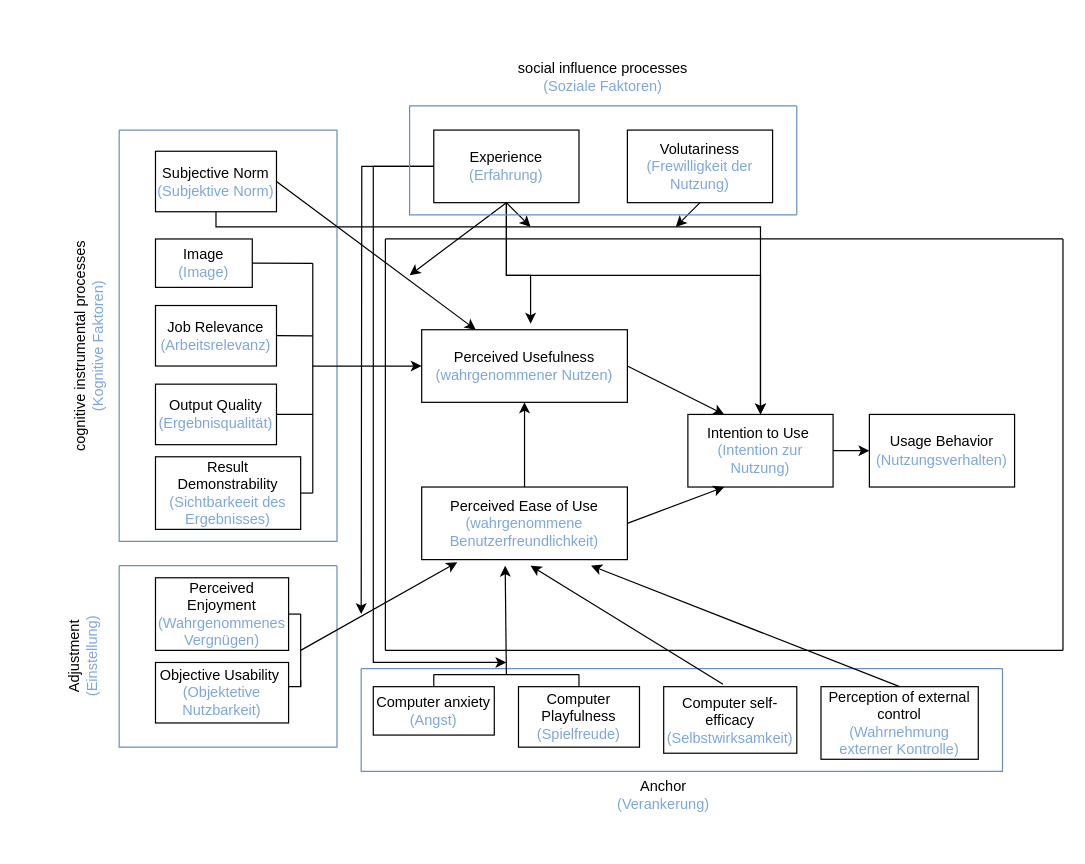
Earlier version of the draw.io diagram TAm3.drawio (Brouny09/Web_Programming). Source tidied: cells renumbered, new cells numbered last; positions are measured from the earlier drawing's top-left corner, leaving out a move shared by most shapes. Both pictures are drawn from the tidied source at 121%, with x=0, y=0 at pixel (-39, -34).
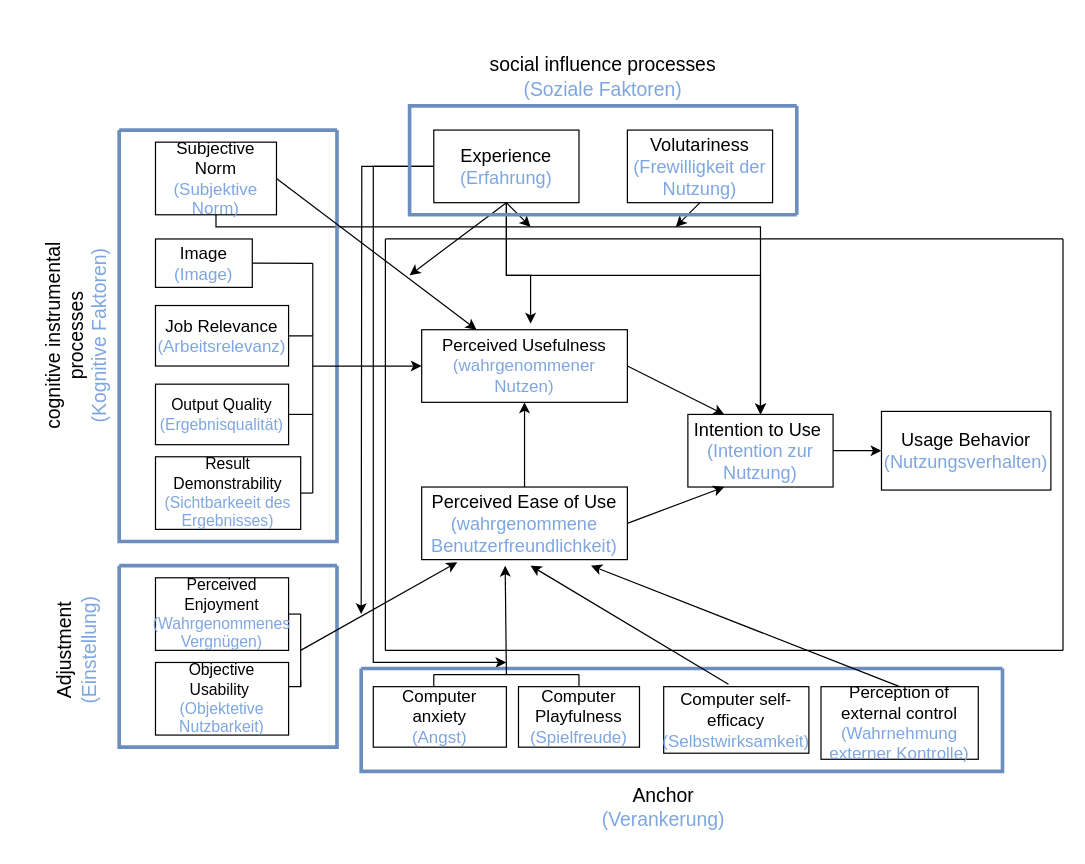
After the change.

What changed in the source:
```diff
@@
-    <mxCell id="2" value="&lt;div&gt;Perceived Usefulness&lt;/div&gt;&lt;div&gt;&lt;font color=&quot;#7ea6e0&quot;&gt;(wahrgenommener Nutzen)&lt;/font&gt;&lt;/div&gt;" style="rounded=0;whiteSpace=wrap;html=1;" parent="1" vertex="1">
+    <mxCell id="2" value="&lt;div&gt;&lt;font style=&quot;font-size: 14px;&quot;&gt;Perceived Usefulness&lt;/font&gt;&lt;/div&gt;&lt;div&gt;&lt;font style=&quot;font-size: 14px;&quot; color=&quot;#7ea6e0&quot;&gt;(wahrgenommener Nutzen)&lt;/font&gt;&lt;/div&gt;" style="rounded=0;whiteSpace=wrap;html=1;" parent="1" vertex="1">
       <mxGeometry x="380" y="300" width="170" height="60" as="geometry" />
     </mxCell>
@@
-    <mxCell id="4" value="&lt;div&gt;Perceived Ease of Use&lt;/div&gt;&lt;font color=&quot;#7ea6e0&quot;&gt;&lt;/font&gt;&lt;div&gt;&lt;span style=&quot;caret-color: rgb(126, 166, 224); color: rgb(126, 166, 224);&quot;&gt;(wahrgenommene Benutzerfreundlichkeit)&lt;/span&gt;&lt;br&gt;&lt;/div&gt;" style="rounded=0;whiteSpace=wrap;html=1;" parent="1" vertex="1">
+    <mxCell id="4" value="&lt;div&gt;&lt;font style=&quot;font-size: 15px;&quot;&gt;Perceived Ease of Use&lt;/font&gt;&lt;/div&gt;&lt;font style=&quot;font-size: 15px;&quot; color=&quot;#7ea6e0&quot;&gt;&lt;/font&gt;&lt;div&gt;&lt;span style=&quot;caret-color: rgb(126, 166, 224); color: rgb(126, 166, 224);&quot;&gt;&lt;font style=&quot;font-size: 15px;&quot;&gt;(wahrgenommene Benutzerfreundlichkeit)&lt;/font&gt;&lt;/span&gt;&lt;br&gt;&lt;/div&gt;" style="rounded=0;whiteSpace=wrap;html=1;" parent="1" vertex="1">
       <mxGeometry x="380" y="430" width="170" height="60" as="geometry" />
     </mxCell>
@@
-    <mxCell id="6" value="&lt;div&gt;Intention to Use&amp;nbsp;&lt;/div&gt;&lt;div&gt;&lt;span style=&quot;color: rgb(126, 166, 224);&quot;&gt;(Intention zur Nutzung)&lt;/span&gt;&lt;br&gt;&lt;/div&gt;" style="rounded=0;whiteSpace=wrap;html=1;" parent="1" vertex="1">
+    <mxCell id="6" value="&lt;div&gt;&lt;font style=&quot;font-size: 15px;&quot;&gt;Intention to Use&amp;nbsp;&lt;/font&gt;&lt;/div&gt;&lt;div&gt;&lt;span style=&quot;color: rgb(126, 166, 224);&quot;&gt;&lt;font style=&quot;font-size: 15px;&quot;&gt;(Intention zur Nutzung)&lt;/font&gt;&lt;/span&gt;&lt;br&gt;&lt;/div&gt;" style="rounded=0;whiteSpace=wrap;html=1;" parent="1" vertex="1">
       <mxGeometry x="600" y="370" width="120" height="60" as="geometry" />
     </mxCell>
-    <mxCell id="7" value="&lt;div&gt;Usage Behavior&lt;/div&gt;&lt;div&gt;&lt;span style=&quot;color: rgb(126, 166, 224);&quot;&gt;(Nutzungsverhalten)&lt;/span&gt;&lt;br&gt;&lt;/div&gt;" style="rounded=0;whiteSpace=wrap;html=1;" parent="1" vertex="1">
-      <mxGeometry x="750" y="370" width="120" height="60" as="geometry" />
+    <mxCell id="7" value="&lt;div&gt;&lt;font style=&quot;font-size: 15px;&quot;&gt;Usage Behavior&lt;/font&gt;&lt;/div&gt;&lt;div&gt;&lt;span style=&quot;color: rgb(126, 166, 224);&quot;&gt;&lt;font style=&quot;font-size: 15px;&quot;&gt;(Nutzungsverhalten)&lt;/font&gt;&lt;/span&gt;&lt;br&gt;&lt;/div&gt;" style="rounded=0;whiteSpace=wrap;html=1;" parent="1" vertex="1">
+      <mxGeometry x="760" y="367.5" width="140" height="65" as="geometry" />
     </mxCell>
@@
-    <mxCell id="19" value="&lt;div&gt;Experience&lt;/div&gt;&lt;div&gt;&lt;span style=&quot;color: rgb(126, 166, 224);&quot;&gt;(Erfahrung)&lt;/span&gt;&lt;br&gt;&lt;/div&gt;" style="rounded=0;whiteSpace=wrap;html=1;" parent="1" vertex="1">
+    <mxCell id="19" value="&lt;div&gt;&lt;font style=&quot;font-size: 15px;&quot;&gt;Experience&lt;/font&gt;&lt;/div&gt;&lt;div&gt;&lt;span style=&quot;color: rgb(126, 166, 224);&quot;&gt;&lt;font style=&quot;font-size: 15px;&quot;&gt;(Erfahrung)&lt;/font&gt;&lt;/span&gt;&lt;br&gt;&lt;/div&gt;" style="rounded=0;whiteSpace=wrap;html=1;" parent="1" vertex="1">
       <mxGeometry x="390" y="135" width="120" height="60" as="geometry" />
     </mxCell>
-    <mxCell id="20" value="&lt;div&gt;Volutariness&lt;br&gt;&lt;/div&gt;&lt;div&gt;&lt;span style=&quot;color: rgb(126, 166, 224);&quot;&gt;(Frewilligkeit der Nutzung)&lt;/span&gt;&lt;br&gt;&lt;/div&gt;" style="rounded=0;whiteSpace=wrap;html=1;" parent="1" vertex="1">
+    <mxCell id="20" value="&lt;div&gt;&lt;font style=&quot;font-size: 15px;&quot;&gt;Volutariness&lt;br&gt;&lt;/font&gt;&lt;/div&gt;&lt;div&gt;&lt;span style=&quot;color: rgb(126, 166, 224);&quot;&gt;&lt;font style=&quot;font-size: 15px;&quot;&gt;(Frewilligkeit der Nutzung)&lt;/font&gt;&lt;/span&gt;&lt;br&gt;&lt;/div&gt;" style="rounded=0;whiteSpace=wrap;html=1;" parent="1" vertex="1">
       <mxGeometry x="550" y="135" width="120" height="60" as="geometry" />
     </mxCell>
@@
-    <mxCell id="24" style="swimlane;startSize=0;fillColor=#dae8fc;strokeColor=#6C8EBF;" parent="1" vertex="1">
+    <mxCell id="24" style="swimlane;startSize=0;fillColor=#dae8fc;strokeColor=#6C8EBF;strokeWidth=3;" parent="1" vertex="1">
       <mxGeometry x="130" y="135" width="180" height="340" as="geometry" />
     </mxCell>
-    <mxCell id="25" value="&lt;div&gt;Image&lt;/div&gt;&lt;div&gt;&lt;span style=&quot;color: rgb(126, 166, 224);&quot;&gt;(Image)&lt;/span&gt;&lt;br&gt;&lt;/div&gt;" style="rounded=0;whiteSpace=wrap;html=1;" parent="24" vertex="1">
+    <mxCell id="25" value="&lt;div&gt;&lt;font style=&quot;font-size: 14px;&quot;&gt;Image&lt;/font&gt;&lt;/div&gt;&lt;div&gt;&lt;span style=&quot;color: rgb(126, 166, 224);&quot;&gt;&lt;font style=&quot;font-size: 14px;&quot;&gt;(Image)&lt;/font&gt;&lt;/span&gt;&lt;br&gt;&lt;/div&gt;" style="rounded=0;whiteSpace=wrap;html=1;" parent="24" vertex="1">
       <mxGeometry x="30" y="90" width="80" height="40" as="geometry" />
     </mxCell>
-    <mxCell id="26" value="&lt;div&gt;Job Relevance&lt;/div&gt;&lt;div&gt;&lt;span style=&quot;color: rgb(126, 166, 224);&quot;&gt;(Arbeitsrelevanz)&lt;/span&gt;&lt;br&gt;&lt;/div&gt;" style="rounded=0;whiteSpace=wrap;html=1;" parent="24" vertex="1">
-      <mxGeometry x="30" y="145" width="100" height="50" as="geometry" />
+    <mxCell id="26" value="&lt;div&gt;&lt;font style=&quot;font-size: 14px;&quot;&gt;Job Relevance&lt;/font&gt;&lt;/div&gt;&lt;div&gt;&lt;span style=&quot;color: rgb(126, 166, 224);&quot;&gt;&lt;font style=&quot;font-size: 14px;&quot;&gt;(Arbeitsrelevanz)&lt;/font&gt;&lt;/span&gt;&lt;br&gt;&lt;/div&gt;" style="rounded=0;whiteSpace=wrap;html=1;" parent="24" vertex="1">
+      <mxGeometry x="30" y="145" width="110" height="50" as="geometry" />
     </mxCell>
-    <mxCell id="27" value="&lt;div&gt;Output Quality&lt;/div&gt;&lt;div&gt;&lt;span style=&quot;color: rgb(126, 166, 224);&quot;&gt;(Ergebnisqualität)&lt;/span&gt;&lt;br&gt;&lt;/div&gt;" style="rounded=0;whiteSpace=wrap;html=1;" parent="24" vertex="1">
-      <mxGeometry x="30" y="210" width="100" height="50" as="geometry" />
+    <mxCell id="27" value="&lt;div&gt;&lt;font style=&quot;font-size: 13px;&quot;&gt;Output Quality&lt;/font&gt;&lt;/div&gt;&lt;div&gt;&lt;span style=&quot;color: rgb(126, 166, 224);&quot;&gt;&lt;font style=&quot;font-size: 13px;&quot;&gt;(Ergebnisqualität)&lt;/font&gt;&lt;/span&gt;&lt;br&gt;&lt;/div&gt;" style="rounded=0;whiteSpace=wrap;html=1;" parent="24" vertex="1">
+      <mxGeometry x="30" y="210" width="110" height="50" as="geometry" />
     </mxCell>
-    <mxCell id="28" value="&lt;div&gt;Result Demonstrability&lt;/div&gt;&lt;div&gt;&lt;span style=&quot;color: rgb(126, 166, 224);&quot;&gt;(Sichtbarkeeit des Ergebnisses)&lt;/span&gt;&lt;br&gt;&lt;/div&gt;" style="rounded=0;whiteSpace=wrap;html=1;" parent="24" vertex="1">
+    <mxCell id="28" value="&lt;div&gt;&lt;font style=&quot;font-size: 13px;&quot;&gt;Result Demonstrability&lt;/font&gt;&lt;/div&gt;&lt;div&gt;&lt;span style=&quot;color: rgb(126, 166, 224);&quot;&gt;&lt;font style=&quot;font-size: 13px;&quot;&gt;(Sichtbarkeeit des Ergebnisses)&lt;/font&gt;&lt;/span&gt;&lt;br&gt;&lt;/div&gt;" style="rounded=0;whiteSpace=wrap;html=1;" parent="24" vertex="1">
       <mxGeometry x="30" y="270" width="120" height="60" as="geometry" />
     </mxCell>
-    <mxCell id="29" value="&lt;div&gt;&lt;font&gt;Subjective Norm&lt;/font&gt;&lt;/div&gt;&lt;div&gt;&lt;font color=&quot;#7ea6e0&quot;&gt;(Subjektive Norm)&lt;/font&gt;&lt;/div&gt;" style="rounded=0;whiteSpace=wrap;html=1;" parent="24" vertex="1">
-      <mxGeometry x="30" y="17.5" width="100" height="50" as="geometry" />
+    <mxCell id="29" value="&lt;div&gt;&lt;font style=&quot;font-size: 14px;&quot;&gt;Subjective Norm&lt;/font&gt;&lt;/div&gt;&lt;div&gt;&lt;font style=&quot;font-size: 14px;&quot; color=&quot;#7ea6e0&quot;&gt;(Subjektive Norm)&lt;/font&gt;&lt;/div&gt;" style="rounded=0;whiteSpace=wrap;html=1;" parent="24" vertex="1">
+      <mxGeometry x="30" y="10" width="100" height="60" as="geometry" />
     </mxCell>
@@
-    <mxCell id="33" style="endArrow=none;html=1;rounded=0;exitX=1;exitY=0.5;exitDx=0;exitDy=0;" parent="24" edge="1">
+    <mxCell id="33" style="endArrow=none;html=1;rounded=0;" parent="24" edge="1">
       <mxGeometry relative="1" as="geometry">
-        <mxPoint x="130" y="169.8" as="sourcePoint" />
-        <mxPoint x="130" y="169.8" as="targetPoint" />
+        <mxPoint x="140" y="170" as="sourcePoint" />
+        <mxPoint x="140" y="170" as="targetPoint" />
         <Array as="points">
           <mxPoint x="160" y="170" />
         </Array>
       </mxGeometry>
     </mxCell>
@@
-    <mxCell id="36" style="swimlane;startSize=0;fillColor=#dae8fc;strokeColor=#6C8EBF;rotation=90;" parent="1" vertex="1">
+    <mxCell id="36" style="swimlane;startSize=0;fillColor=#dae8fc;strokeColor=#6C8EBF;rotation=90;strokeWidth=3;" parent="1" vertex="1">
       <mxGeometry x="485" width="90" height="320" as="geometry" />
     </mxCell>
-    <mxCell id="37" value="&lt;div&gt;cognitive instrumental processes&lt;br&gt;&lt;/div&gt;&lt;div&gt;&lt;span style=&quot;color: rgb(126, 166, 224);&quot;&gt;(Kognitive Faktoren)&lt;/span&gt;&lt;/div&gt;" style="text;html=1;align=center;verticalAlign=middle;whiteSpace=wrap;rounded=0;rotation=-90;" parent="1" vertex="1">
-      <mxGeometry y="267.5" width="210" height="92.5" as="geometry" />
+    <mxCell id="37" value="&lt;div&gt;&lt;font style=&quot;font-size: 16px;&quot;&gt;cognitive instrumental processes&lt;br&gt;&lt;/font&gt;&lt;/div&gt;&lt;div&gt;&lt;span style=&quot;color: rgb(126, 166, 224);&quot;&gt;&lt;font style=&quot;font-size: 16px;&quot;&gt;(Kognitive Faktoren)&lt;/font&gt;&lt;/span&gt;&lt;/div&gt;" style="text;html=1;align=center;verticalAlign=middle;whiteSpace=wrap;rounded=0;rotation=270;" parent="1" vertex="1">
+      <mxGeometry x="-10" y="258.8" width="210" height="92.5" as="geometry" />
     </mxCell>
-    <mxCell id="38" value="&lt;div&gt;social influence processes&lt;/div&gt;&lt;div&gt;&lt;span style=&quot;color: rgb(126, 166, 224);&quot;&gt;(Soziale Faktoren)&lt;/span&gt;&lt;br&gt;&lt;/div&gt;" style="text;html=1;align=center;verticalAlign=middle;whiteSpace=wrap;rounded=0;rotation=0;" parent="1" vertex="1">
+    <mxCell id="38" value="&lt;div&gt;&lt;font style=&quot;font-size: 16px;&quot;&gt;social influence processes&lt;/font&gt;&lt;/div&gt;&lt;div&gt;&lt;span style=&quot;color: rgb(126, 166, 224);&quot;&gt;&lt;font style=&quot;font-size: 16px;&quot;&gt;(Soziale Faktoren)&lt;/font&gt;&lt;/span&gt;&lt;br&gt;&lt;/div&gt;" style="text;html=1;align=center;verticalAlign=middle;whiteSpace=wrap;rounded=0;rotation=0;" parent="1" vertex="1">
       <mxGeometry x="425" y="45" width="210" height="92.5" as="geometry" />
     </mxCell>
-    <mxCell id="39" value="&lt;div&gt;Perception of external control&lt;/div&gt;&lt;div&gt;&lt;span style=&quot;color: rgb(126, 166, 224);&quot;&gt;(Wahrnehmung externer Kontrolle)&lt;/span&gt;&lt;br&gt;&lt;/div&gt;" style="rounded=0;whiteSpace=wrap;html=1;" parent="1" vertex="1">
+    <mxCell id="39" value="&lt;div&gt;&lt;font style=&quot;font-size: 14px;&quot;&gt;Perception of external control&lt;/font&gt;&lt;/div&gt;&lt;div&gt;&lt;span style=&quot;color: rgb(126, 166, 224);&quot;&gt;&lt;font style=&quot;font-size: 14px;&quot;&gt;(Wahrnehmung externer Kontrolle)&lt;/font&gt;&lt;/span&gt;&lt;br&gt;&lt;/div&gt;" style="rounded=0;whiteSpace=wrap;html=1;" parent="1" vertex="1">
       <mxGeometry x="710" y="595" width="130" height="60" as="geometry" />
     </mxCell>
-    <mxCell id="40" value="&lt;div&gt;Computer Playfulness&lt;/div&gt;&lt;div&gt;&lt;span style=&quot;color: rgb(126, 166, 224);&quot;&gt;(Spielfreude)&lt;/span&gt;&lt;br&gt;&lt;/div&gt;" style="rounded=0;whiteSpace=wrap;html=1;" parent="1" vertex="1">
+    <mxCell id="40" value="&lt;div&gt;&lt;font style=&quot;font-size: 14px;&quot;&gt;Computer Playfulness&lt;/font&gt;&lt;/div&gt;&lt;div&gt;&lt;span style=&quot;color: rgb(126, 166, 224);&quot;&gt;&lt;font style=&quot;font-size: 14px;&quot;&gt;(Spielfreude)&lt;/font&gt;&lt;/span&gt;&lt;br&gt;&lt;/div&gt;" style="rounded=0;whiteSpace=wrap;html=1;" parent="1" vertex="1">
       <mxGeometry x="460" y="595" width="100" height="50" as="geometry" />
     </mxCell>
-    <mxCell id="41" value="&lt;div&gt;Computer anxiety&lt;/div&gt;&lt;div&gt;&lt;span style=&quot;color: rgb(126, 166, 224);&quot;&gt;(Angst)&lt;/span&gt;&lt;br&gt;&lt;/div&gt;" style="rounded=0;whiteSpace=wrap;html=1;" parent="1" vertex="1">
-      <mxGeometry x="340" y="595" width="100" height="40" as="geometry" />
+    <mxCell id="41" value="&lt;div&gt;&lt;font style=&quot;font-size: 14px;&quot;&gt;Computer anxiety&lt;/font&gt;&lt;/div&gt;&lt;div&gt;&lt;span style=&quot;color: rgb(126, 166, 224);&quot;&gt;&lt;font style=&quot;font-size: 14px;&quot;&gt;(Angst)&lt;/font&gt;&lt;/span&gt;&lt;br&gt;&lt;/div&gt;" style="rounded=0;whiteSpace=wrap;html=1;" parent="1" vertex="1">
+      <mxGeometry x="340" y="595" width="110" height="50" as="geometry" />
     </mxCell>
-    <mxCell id="42" style="swimlane;startSize=0;fillColor=#dae8fc;strokeColor=#6C8EBF;" parent="1" vertex="1">
+    <mxCell id="42" style="swimlane;startSize=0;fillColor=#dae8fc;strokeColor=#6C8EBF;strokeWidth=3;" parent="1" vertex="1">
       <mxGeometry x="130" y="495" width="180" height="150" as="geometry" />
     </mxCell>
-    <mxCell id="43" value="&lt;div&gt;Perceived Enjoyment&lt;/div&gt;&lt;div&gt;&lt;span style=&quot;color: rgb(126, 166, 224);&quot;&gt;(Wahrgenommenes Vergnügen)&lt;/span&gt;&lt;br&gt;&lt;/div&gt;" style="rounded=0;whiteSpace=wrap;html=1;" parent="42" vertex="1">
+    <mxCell id="43" value="&lt;div&gt;&lt;font style=&quot;font-size: 13px;&quot;&gt;Perceived Enjoyment&lt;/font&gt;&lt;/div&gt;&lt;div&gt;&lt;span style=&quot;color: rgb(126, 166, 224);&quot;&gt;&lt;font style=&quot;font-size: 13px;&quot;&gt;(Wahrgenommenes Vergnügen)&lt;/font&gt;&lt;/span&gt;&lt;br&gt;&lt;/div&gt;" style="rounded=0;whiteSpace=wrap;html=1;" parent="42" vertex="1">
       <mxGeometry x="30" y="10" width="110" height="60" as="geometry" />
     </mxCell>
-    <mxCell id="44" value="&lt;div&gt;Objective Usability&amp;nbsp;&lt;/div&gt;&lt;div&gt;&lt;span style=&quot;color: rgb(126, 166, 224);&quot;&gt;(Objektetive Nutzbarkeit)&lt;/span&gt;&lt;br&gt;&lt;/div&gt;" style="rounded=0;whiteSpace=wrap;html=1;" parent="42" vertex="1">
-      <mxGeometry x="30" y="80" width="110" height="50" as="geometry" />
+    <mxCell id="44" value="&lt;div&gt;&lt;font style=&quot;font-size: 13px;&quot;&gt;Objective Usability&amp;nbsp;&lt;/font&gt;&lt;/div&gt;&lt;div&gt;&lt;span style=&quot;color: rgb(126, 166, 224);&quot;&gt;&lt;font style=&quot;font-size: 13px;&quot;&gt;(Objektetive Nutzbarkeit)&lt;/font&gt;&lt;/span&gt;&lt;br&gt;&lt;/div&gt;" style="rounded=0;whiteSpace=wrap;html=1;" parent="42" vertex="1">
+      <mxGeometry x="30" y="80" width="110" height="60" as="geometry" />
     </mxCell>
@@
-    <mxCell id="46" style="swimlane;startSize=0;fillColor=#dae8fc;strokeColor=#6C8EBF;" parent="1" vertex="1">
+    <mxCell id="46" style="swimlane;startSize=0;fillColor=#dae8fc;strokeColor=#6C8EBF;strokeWidth=3;" parent="1" vertex="1">
       <mxGeometry x="330" y="580" width="530" height="85" as="geometry" />
     </mxCell>
-    <mxCell id="47" value="&lt;div&gt;Computer self-efficacy&lt;/div&gt;&lt;div&gt;&lt;span style=&quot;color: rgb(126, 166, 224);&quot;&gt;(Selbstwirksamkeit)&lt;/span&gt;&lt;br&gt;&lt;/div&gt;" style="rounded=0;whiteSpace=wrap;html=1;" parent="46" vertex="1">
-      <mxGeometry x="250" y="15" width="110" height="55" as="geometry" />
+    <mxCell id="47" value="&lt;div&gt;&lt;font style=&quot;font-size: 14px;&quot;&gt;Computer self-efficacy&lt;/font&gt;&lt;/div&gt;&lt;div&gt;&lt;span style=&quot;color: rgb(126, 166, 224);&quot;&gt;&lt;font style=&quot;font-size: 14px;&quot;&gt;(Selbstwirksamkeit)&lt;/font&gt;&lt;/span&gt;&lt;br&gt;&lt;/div&gt;" style="rounded=0;whiteSpace=wrap;html=1;" parent="46" vertex="1">
+      <mxGeometry x="250" y="15" width="120" height="55" as="geometry" />
     </mxCell>
@@
-    <mxCell id="54" style="endArrow=none;html=1;rounded=0;exitX=0.5;exitY=0;exitDx=0;exitDy=0;" parent="1" edge="1" source="41">
+    <mxCell id="54" style="endArrow=none;html=1;rounded=0;" parent="1" edge="1">
       <mxGeometry relative="1" as="geometry">
+        <mxPoint x="390" y="595" as="sourcePoint" />
         <mxPoint x="390" y="585" as="targetPoint" />
       </mxGeometry>
     </mxCell>
@@
-    <mxCell id="58" value="&lt;div&gt;Adjustment&lt;/div&gt;&lt;div&gt;&lt;span style=&quot;color: rgb(126, 166, 224);&quot;&gt;(Einstellung)&lt;/span&gt;&lt;/div&gt;" style="text;html=1;align=center;verticalAlign=middle;whiteSpace=wrap;rounded=0;rotation=-90;" parent="1" vertex="1">
-      <mxGeometry x="30" y="540" width="140" height="60" as="geometry" />
+    <mxCell id="58" value="&lt;div&gt;&lt;font style=&quot;font-size: 16px;&quot;&gt;Adjustment&lt;/font&gt;&lt;/div&gt;&lt;div&gt;&lt;span style=&quot;color: rgb(126, 166, 224);&quot;&gt;&lt;font style=&quot;font-size: 16px;&quot;&gt;(Einstellung)&lt;/font&gt;&lt;/span&gt;&lt;/div&gt;" style="text;html=1;align=center;verticalAlign=middle;whiteSpace=wrap;rounded=0;rotation=-90;" parent="1" vertex="1">
+      <mxGeometry x="25" y="535" width="140" height="60" as="geometry" />
     </mxCell>
-    <mxCell id="59" value="&lt;div&gt;Anchor&lt;/div&gt;&lt;div&gt;&lt;span style=&quot;color: rgb(126, 166, 224);&quot;&gt;(Verankerung)&lt;/span&gt;&lt;/div&gt;" style="text;html=1;align=center;verticalAlign=middle;whiteSpace=wrap;rounded=0;rotation=0;" parent="1" vertex="1">
-      <mxGeometry x="510" y="655" width="140" height="60" as="geometry" />
+    <mxCell id="59" value="&lt;div&gt;&lt;font style=&quot;font-size: 16px;&quot;&gt;Anchor&lt;/font&gt;&lt;/div&gt;&lt;div&gt;&lt;span style=&quot;color: rgb(126, 166, 224);&quot;&gt;&lt;font style=&quot;font-size: 16px;&quot;&gt;(Verankerung)&lt;/font&gt;&lt;/span&gt;&lt;/div&gt;" style="text;html=1;align=center;verticalAlign=middle;whiteSpace=wrap;rounded=0;rotation=0;" parent="1" vertex="1">
+      <mxGeometry x="510" y="665" width="140" height="60" as="geometry" />
     </mxCell>
```
